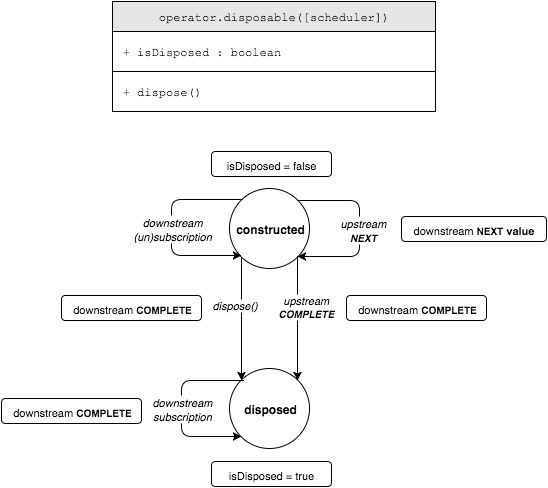
Before: operator/disposable.png, a diagram exported from draw.io (bholloway/rxjs-operators). Source tidied: cells renumbered, new cells last; positions are measured from the earlier drawing's top-left corner, leaving out a move shared by most shapes.
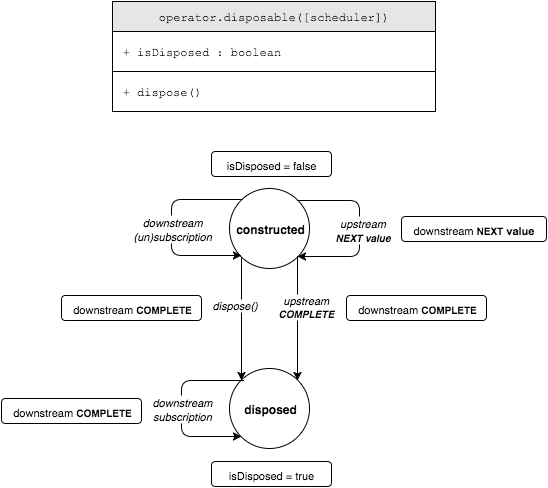
After the commit.

What changed in the source:
```diff
@@ -83,7 +83,7 @@
         </Array>
       </mxGeometry>
     </mxCell>
-    <mxCell id="21" value="&lt;div&gt;&lt;span&gt;&lt;i&gt;&lt;font style=&quot;font-size: 11px&quot;&gt;upstream&lt;/font&gt;&lt;/i&gt;&lt;/span&gt;&lt;br&gt;&lt;/div&gt;&lt;div&gt;&lt;i&gt;&lt;font style=&quot;font-size: 10px&quot;&gt;&lt;b&gt;NEXT&lt;/b&gt;&lt;/font&gt;&lt;/i&gt;&lt;/div&gt;" style="text;html=1;align=center;verticalAlign=middle;labelBackgroundColor=#ffffff;" parent="20" vertex="1">
+    <mxCell id="21" value="&lt;div&gt;&lt;span&gt;&lt;i&gt;&lt;font style=&quot;font-size: 11px&quot;&gt;upstream&lt;/font&gt;&lt;/i&gt;&lt;/span&gt;&lt;br&gt;&lt;/div&gt;&lt;div&gt;&lt;i&gt;&lt;font style=&quot;font-size: 10px&quot;&gt;&lt;b&gt;NEXT value&lt;/b&gt;&lt;/font&gt;&lt;/i&gt;&lt;/div&gt;" style="text;html=1;align=center;verticalAlign=middle;labelBackgroundColor=#ffffff;" parent="20" vertex="1">
       <mxGeometry y="1" relative="1" as="geometry">
         <mxPoint x="2" as="offset" />
       </mxGeometry>
```
